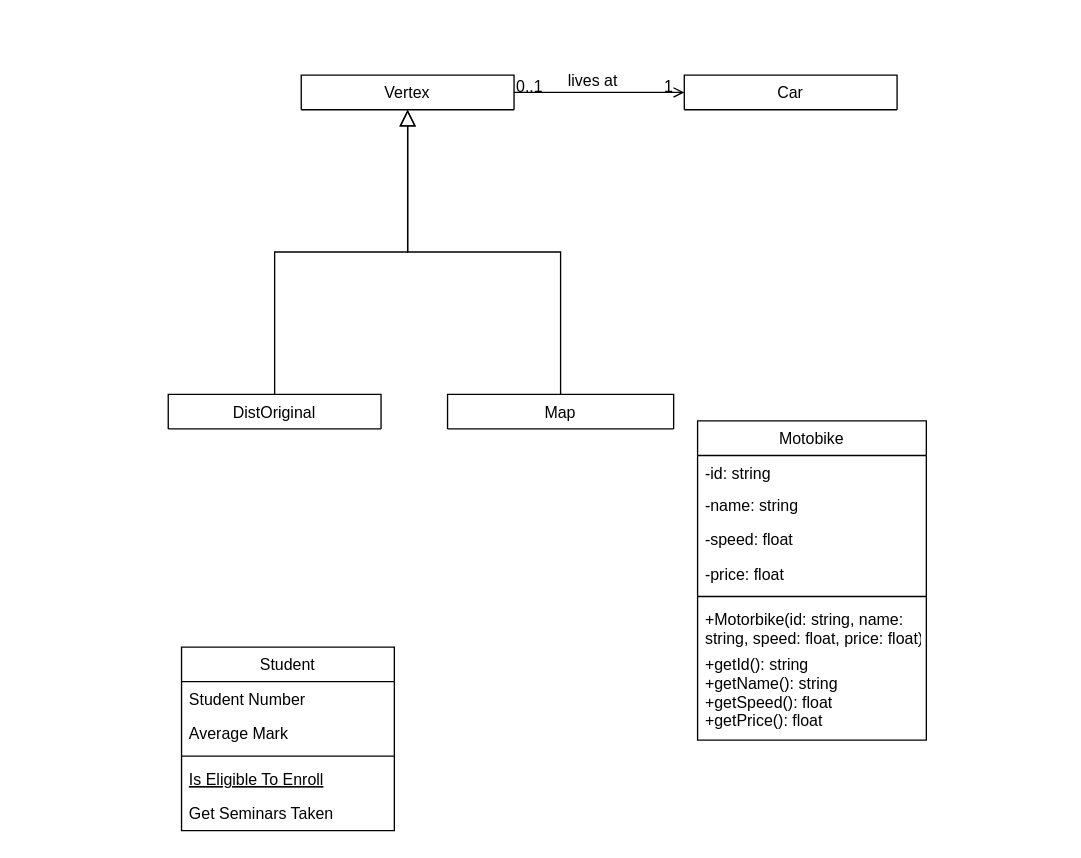
The draw.io diagram ab.drawio in bao201102/Doan_CTDL, before the edit. Source tidied: cells renumbered, new cells numbered last; positions are measured from the earlier drawing's top-left corner, leaving out a move shared by most shapes. Both pictures are drawn from the tidied source at 133%, with x=0, y=0 at pixel (168, 74).
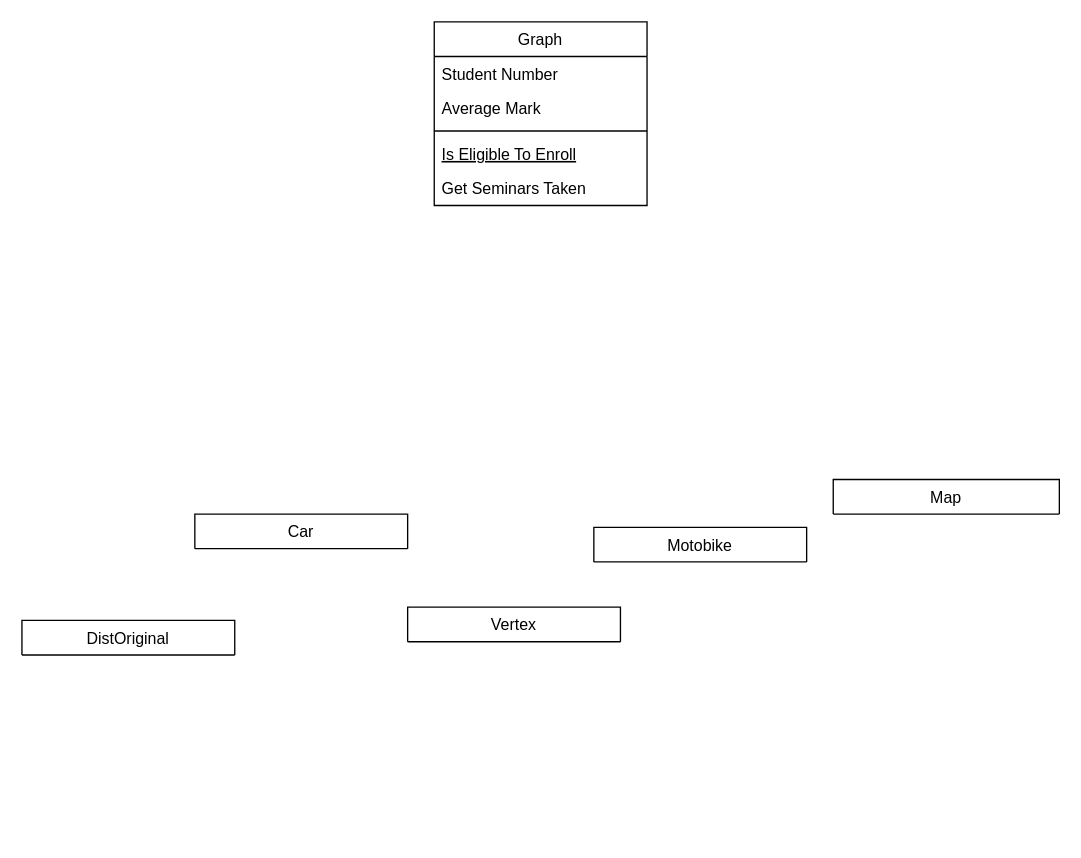
The same diagram, later.

What changed in the source:
```diff
@@
     <mxCell id="2" value="Vertex" style="swimlane;fontStyle=0;align=center;verticalAlign=top;horizontal=1;startSize=26;rounded=0;shadow=0;strokeWidth=1;" parent="1" vertex="1" collapsed="1">
-      <mxGeometry x="100" width="160" height="26" as="geometry" />
+      <mxGeometry x="180" y="400" width="160" height="26" as="geometry" />
     </mxCell>
     <mxCell id="3" value="DistOriginal" style="swimlane;fontStyle=0;align=center;verticalAlign=top;horizontal=1;startSize=26;rounded=0;shadow=0;strokeWidth=1;" parent="1" vertex="1" collapsed="1">
-      <mxGeometry y="240" width="160" height="26" as="geometry" />
+      <mxGeometry x="-110" y="410" width="160" height="26" as="geometry" />
     </mxCell>
-    <mxCell id="4" style="endArrow=block;endSize=10;endFill=0;shadow=0;strokeWidth=1;rounded=0;edgeStyle=elbowEdgeStyle;elbow=vertical;" parent="1" edge="1" source="3" target="2">
-      <mxGeometry relative="1" as="geometry" />
-    </mxCell>
     <mxCell id="5" value="Map" style="swimlane;fontStyle=0;align=center;verticalAlign=top;horizontal=1;startSize=26;rounded=0;shadow=0;strokeWidth=1;" parent="1" vertex="1" collapsed="1">
-      <mxGeometry x="210" y="240" width="170" height="26" as="geometry" />
+      <mxGeometry x="500" y="304" width="170" height="26" as="geometry" />
     </mxCell>
-    <mxCell id="6" style="endArrow=block;endSize=10;endFill=0;shadow=0;strokeWidth=1;rounded=0;edgeStyle=elbowEdgeStyle;elbow=vertical;" parent="1" edge="1" source="5" target="2">
-      <mxGeometry relative="1" as="geometry" />
-    </mxCell>
     <mxCell id="7" value="Car" style="swimlane;fontStyle=0;align=center;verticalAlign=top;horizontal=1;startSize=26;rounded=0;shadow=0;strokeWidth=1;" parent="1" vertex="1" collapsed="1">
-      <mxGeometry x="388" width="160" height="26" as="geometry" />
+      <mxGeometry x="20" y="330" width="160" height="26" as="geometry" />
     </mxCell>
-    <mxCell id="8" style="endArrow=open;shadow=0;strokeWidth=1;rounded=0;endFill=1;edgeStyle=elbowEdgeStyle;elbow=vertical;" parent="1" edge="1" source="2" target="7">
-      <mxGeometry x="0.5" y="41" relative="1" as="geometry">
-        <mxPoint x="-40" y="32" as="offset" />
-      </mxGeometry>
-    </mxCell>
-    <mxCell id="9" value="0..1" style="align=left;verticalAlign=bottom;labelBackgroundColor=none;fontSize=12;" parent="8" vertex="1">
-      <mxGeometry x="-1" relative="1" as="geometry">
-        <mxPoint y="4" as="offset" />
-      </mxGeometry>
-    </mxCell>
-    <mxCell id="10" value="1" style="align=right;verticalAlign=bottom;labelBackgroundColor=none;fontSize=12;" parent="8" vertex="1">
-      <mxGeometry x="1" relative="1" as="geometry">
-        <mxPoint x="-7" y="4" as="offset" />
-      </mxGeometry>
-    </mxCell>
-    <mxCell id="11" value="lives at" style="text;html=1;align=center;verticalAlign=middle;labelBackgroundColor=none;rounded=0;shadow=0;strokeWidth=1;fontSize=12;" parent="8" vertex="1">
-      <mxGeometry x="0.5" y="49" relative="1" as="geometry">
-        <mxPoint x="-38" y="40" as="offset" />
-      </mxGeometry>
-    </mxCell>
-    <mxCell id="12" value="Student" style="swimlane;fontStyle=0;align=center;verticalAlign=top;horizontal=1;startSize=26;rounded=0;shadow=0;strokeWidth=1;" parent="1" vertex="1">
-      <mxGeometry x="10" y="430" width="160" height="138" as="geometry" />
+    <mxCell id="12" value="Graph" style="swimlane;fontStyle=0;align=center;verticalAlign=top;horizontal=1;startSize=26;rounded=0;shadow=0;strokeWidth=1;" parent="1" vertex="1">
+      <mxGeometry x="200" y="-40" width="160" height="138" as="geometry" />
     </mxCell>
@@
-    <mxCell id="18" value="Motobike" style="swimlane;fontStyle=0;align=center;verticalAlign=top;horizontal=1;startSize=26;rounded=0;shadow=0;strokeWidth=1;" parent="1" vertex="1">
-      <mxGeometry x="398" y="260" width="172" height="240" as="geometry" />
+    <mxCell id="18" value="Motobike" style="swimlane;fontStyle=0;align=center;verticalAlign=top;horizontal=1;startSize=26;rounded=0;shadow=0;strokeWidth=1;" parent="1" vertex="1" collapsed="1">
+      <mxGeometry x="320" y="340" width="160" height="26" as="geometry" />
     </mxCell>
-    <mxCell id="19" value="-id: string" style="text;align=left;verticalAlign=top;spacingLeft=4;spacingRight=4;overflow=hidden;" parent="18" vertex="1">
-      <mxGeometry y="26" width="172" height="24" as="geometry" />
-    </mxCell>
-    <mxCell id="20" value="-name: string" style="text;align=left;verticalAlign=top;spacingLeft=4;spacingRight=4;overflow=hidden;rounded=0;shadow=0;html=0;" parent="18" vertex="1">
-      <mxGeometry y="50" width="172" height="26" as="geometry" />
-    </mxCell>
-    <mxCell id="21" value="-speed: float" style="text;align=left;verticalAlign=top;spacingLeft=4;spacingRight=4;overflow=hidden;rounded=0;shadow=0;html=0;" parent="18" vertex="1">
-      <mxGeometry y="76" width="172" height="26" as="geometry" />
-    </mxCell>
-    <mxCell id="22" value="-price: float" style="text;align=left;verticalAlign=top;spacingLeft=4;spacingRight=4;overflow=hidden;rounded=0;shadow=0;html=0;" parent="18" vertex="1">
-      <mxGeometry y="102" width="172" height="26" as="geometry" />
-    </mxCell>
-    <mxCell id="23" style="line;html=1;strokeWidth=1;align=left;verticalAlign=middle;spacingTop=-1;spacingLeft=3;spacingRight=3;labelPosition=right;" parent="18" vertex="1">
-      <mxGeometry y="128" width="172" height="8" as="geometry" />
-    </mxCell>
-    <mxCell id="24" value="+Motorbike(id: string, name:&#10;string, speed: float, price: float)&#10;" style="text;align=left;verticalAlign=top;spacingLeft=4;spacingRight=4;overflow=hidden;fontFamily=Helvetica;" parent="18" vertex="1">
-      <mxGeometry y="136" width="172" height="34" as="geometry" />
-    </mxCell>
-    <mxCell id="25" value="+getId(): string&#10;+getName(): string&#10;+getSpeed(): float&#10;+getPrice(): float" style="text;align=left;verticalAlign=top;spacingLeft=4;spacingRight=4;overflow=hidden;fontFamily=Helvetica;" parent="18" vertex="1">
-      <mxGeometry y="170" width="172" height="70" as="geometry" />
-    </mxCell>
```
